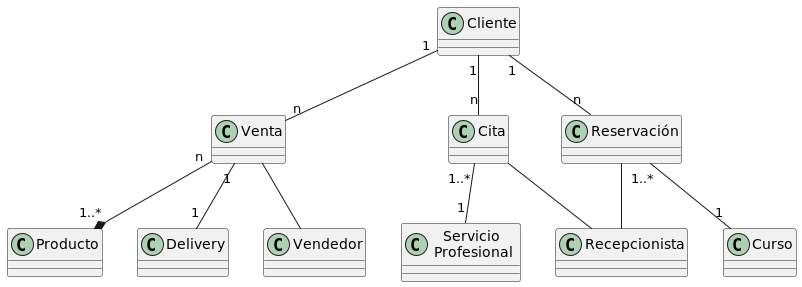
Above: Out/business-model.png in Kenny-Tinoco/galy-studio-web-system.doc (PlantUML), before the change.
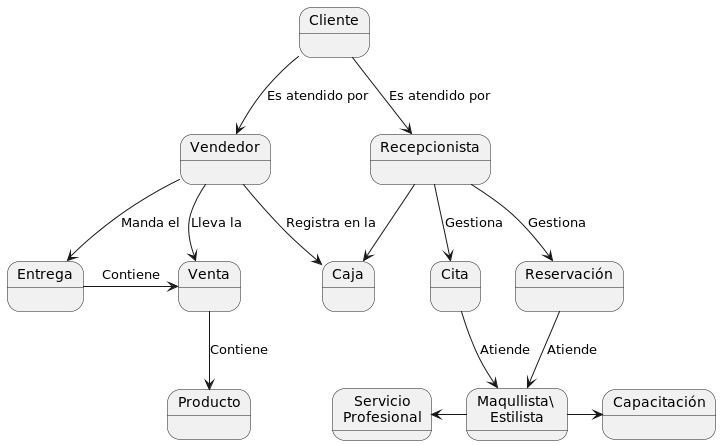
The same file after the commit.

Diff of the diagram source:
```diff
@@ -1,30 +1,36 @@
 @startuml
 skinparam BackgroundColor transparent
 
-Cliente "1" -- "n" Venta
-Venta "n" --* "1..*" Producto
-Venta "1" -- "1" Delivery
+state Cliente
+state Venta
+state Cita
+state Reservación
+state Vendedor
+state Recepcionista
+state Caja
+state Producto
+state Entrega
+state Capacitación
+state "Servicio\nProfesional" as servicio
+state "Maqullista\ \nEstilista" as Especialista
 
-class Venta
-class Delivery
-class Producto
+Cliente --> Vendedor : Es atendido por
+Cliente --> Recepcionista : Es atendido por
 
-Cita -- Recepcionista
-Reservación -- Recepcionista
+Vendedor --> Venta : Lleva la
+Vendedor --> Caja : Registra en la
+Vendedor --> Entrega: Manda el
 
-Cliente "1" -- "n" Cita
-Cliente "1" -- "n" Reservación
+Entrega -right-> Venta : Contiene
+Venta --> Producto : Contiene
 
-Reservación "1..*" -- "1" Curso
-Cita "1..*" -- "1" "Servicio \n Profesional "
-Venta -- Vendedor
+Recepcionista --> Cita : Gestiona
+Recepcionista --> Reservación : Gestiona
+Recepcionista --> Caja
 
-class Recepcionista
-class Cita
-class "Servicio \n Profesional "
-class Cliente
-class Reservación
-class Curso
-class Vendedor
+Cita --> Especialista : Atiende
+Reservación --> Especialista : Atiende
 
+Especialista -left-> servicio
+Especialista -right-> Capacitación
 @enduml
```
